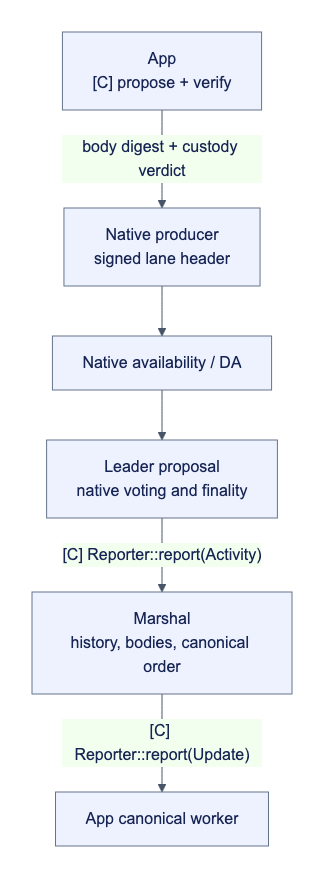
The Mermaid diagram docs/assets/diagrams/diagram-36.png in djm07073/baton, before a commit. Its source is kept beside it as docs/assets/diagrams/diagram-36.mmd.
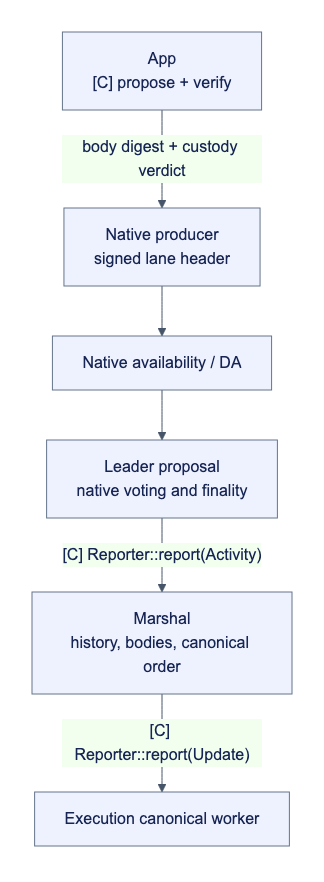
Above is the later version.

Diff of the diagram source:
```diff
@@ -3,4 +3,4 @@
     P --> D["Native availability / DA"]
     D --> L["Leader proposal<br/>native voting and finality"]
     L -->|"[C] Reporter::report(Activity)"| M["Marshal<br/>history, bodies, canonical order"]
-    M -->|"[C] Reporter::report(Update)"| E["App canonical worker"]
+    M -->|"[C] Reporter::report(Update)"| E["Execution canonical worker"]
```
